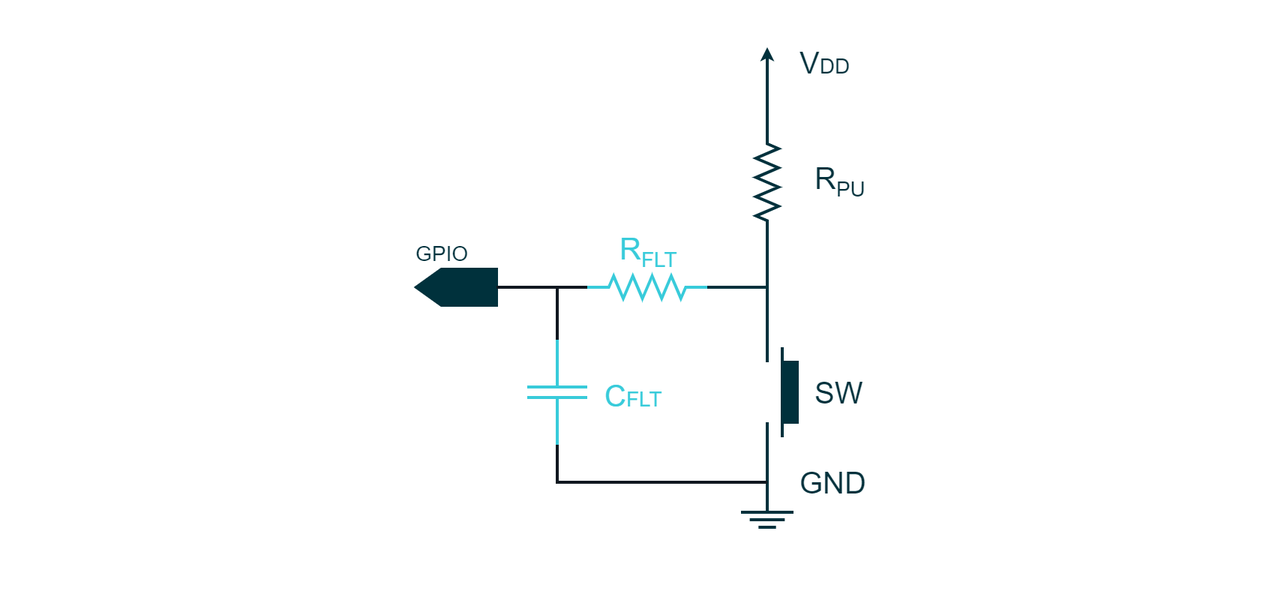
PLAY-Embedded/pe_assets keeps this draw.io diagram as draw.io/PE Articles/Examples and exercises/Mastering push buttons with ChibiOS PAL/Push-button debouncing circuit (PE).png. Above is the earlier version. Source tidied: cells renumbered, new cells last; positions are measured from the earlier drawing's top-left corner, leaving out a move shared by most shapes.
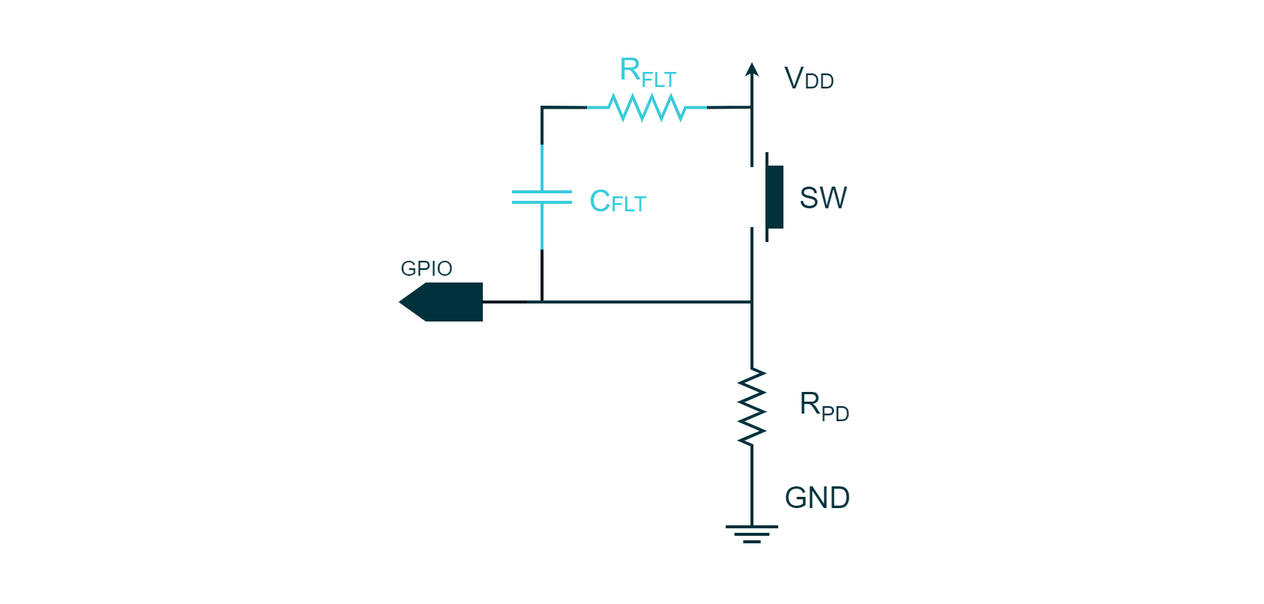
The same diagram one commit later.

Commit message:
Additional images for the article Mastering push buttons with ChibiOS PAL

What changed in the source:
```diff
@@ -2,53 +2,9 @@
   <root>
     <mxCell id="0" />
     <mxCell id="1" parent="0" />
-    <mxCell id="2" style="verticalLabelPosition=bottom;shadow=0;dashed=0;align=center;fillColor=#00313C;html=1;verticalAlign=top;strokeWidth=2;shape=mxgraph.electrical.resistors.resistor_2;fontSize=16;fontColor=#FFFFFF;strokeColor=#00313C;rotation=90;fontFamily=Arial;" parent="1" vertex="1">
-      <mxGeometry x="470" y="112.5" width="80" height="15" as="geometry" />
-    </mxCell>
-    <mxCell id="3" style="endArrow=none;html=1;strokeColor=#00313C;strokeWidth=2;fontSize=5;fontColor=#101820;endFill=0;endSize=4;startArrow=none;startFill=0;startSize=4;fontFamily=Arial;rounded=0;fillColor=#00313C;" parent="1" edge="1">
-      <mxGeometry relative="1" as="geometry">
-        <mxPoint x="510" y="280" as="sourcePoint" />
-        <mxPoint x="520" y="340" as="targetPoint" />
-        <Array as="points">
-          <mxPoint x="510" y="340" />
-        </Array>
-      </mxGeometry>
-    </mxCell>
     <mxCell id="4" value="&lt;div style=&quot;text-align: center; font-size: 14px;&quot;&gt;&lt;font color=&quot;#00313c&quot; style=&quot;font-size: 14px;&quot;&gt;GPIO&lt;/font&gt;&lt;/div&gt;" style="rounded=0;whiteSpace=wrap;html=1;strokeColor=none;strokeWidth=2;fillColor=none;fontColor=#4DB182;align=left;fontSize=14;fontFamily=Arial;" parent="1" vertex="1">
       <mxGeometry x="274" y="160" width="44" height="16.8" as="geometry" />
     </mxCell>
-    <mxCell id="5" style="endArrow=none;html=1;rounded=0;strokeColor=#00313C;strokeWidth=2;fontFamily=Arial;fontSize=20;fontColor=#101820;fillColor=#00313C;" parent="1" edge="1">
-      <mxGeometry relative="1" as="geometry">
-        <mxPoint x="510" y="240" as="sourcePoint" />
-        <mxPoint x="470" y="190" as="targetPoint" />
-        <Array as="points">
-          <mxPoint x="510" y="190" />
-        </Array>
-      </mxGeometry>
-    </mxCell>
-    <mxCell id="6" style="rounded=0;whiteSpace=wrap;html=1;strokeColor=#00313C;strokeWidth=2;fontFamily=Arial;fontSize=20;fontColor=#FFFFFF;fillColor=#00313C;" parent="1" vertex="1">
-      <mxGeometry x="520" y="240" width="10" height="40" as="geometry" />
-    </mxCell>
-    <mxCell id="7" style="endArrow=none;html=1;rounded=0;strokeColor=#00313C;strokeWidth=2;fontFamily=Arial;fontSize=20;fontColor=#101820;fillColor=#00313C;" parent="1" edge="1">
-      <mxGeometry relative="1" as="geometry">
-        <mxPoint x="470" y="190" as="sourcePoint" />
-        <mxPoint x="510" y="160" as="targetPoint" />
-        <Array as="points">
-          <mxPoint x="510" y="190" />
-        </Array>
-      </mxGeometry>
-    </mxCell>
-    <mxCell id="8" style="endArrow=none;html=1;rounded=0;strokeColor=#00313C;strokeWidth=2;fontFamily=Arial;fontSize=20;fontColor=#101820;fillColor=#00313C;entryX=0;entryY=0.5;entryDx=0;entryDy=0;entryPerimeter=0;endFill=0;startArrow=classic;startFill=1;endSize=3;startSize=3;" parent="1" edge="1" target="2">
-      <mxGeometry relative="1" as="geometry">
-        <mxPoint x="510" y="30" as="sourcePoint" />
-      </mxGeometry>
-    </mxCell>
-    <mxCell id="9" value="R&lt;sub&gt;&lt;font style=&quot;font-size: 14px;&quot;&gt;PU&lt;/font&gt;&lt;/sub&gt;" style="rounded=0;whiteSpace=wrap;html=1;strokeColor=none;strokeWidth=2;fontFamily=Arial;fontSize=20;fontColor=#00313C;fillColor=none;align=left;" parent="1" vertex="1">
-      <mxGeometry x="540" y="110" width="30" height="20" as="geometry" />
-    </mxCell>
-    <mxCell id="10" value="GND" style="rounded=0;whiteSpace=wrap;html=1;strokeColor=none;strokeWidth=2;fontFamily=Arial;fontSize=20;fontColor=#00313C;fillColor=none;align=left;" parent="1" vertex="1">
-      <mxGeometry x="530" y="310" width="50" height="20" as="geometry" />
-    </mxCell>
     <mxCell id="11" style="group;" parent="1" vertex="1">
       <mxGeometry x="492.5" y="340" width="35" height="10" as="geometry" />
     </mxCell>
@@ -73,54 +29,97 @@
     <mxCell id="15" value="&lt;div style=&quot;text-align: left&quot;&gt;&lt;br&gt;&lt;/div&gt;" style="shape=offPageConnector;whiteSpace=wrap;html=1;rotation=90;strokeWidth=2;strokeColor=#00313C;size=0.3130841121495327;fontColor=#FFFFFF;align=left;comic=0;fillColor=#00313C;rounded=0;fontFamily=Arial;" parent="1" vertex="1">
       <mxGeometry x="290.8" y="163.2" width="24" height="53.5" as="geometry" />
     </mxCell>
-    <mxCell id="16" value="V&lt;font style=&quot;font-size: 14px;&quot;&gt;DD&lt;/font&gt;" style="rounded=0;whiteSpace=wrap;html=1;strokeColor=none;strokeWidth=2;fontFamily=Arial;fontSize=20;fontColor=#00313C;fillColor=none;align=left;" parent="1" vertex="1">
-      <mxGeometry x="530" y="30" width="50" height="20" as="geometry" />
-    </mxCell>
-    <mxCell id="17" value="SW" style="rounded=0;whiteSpace=wrap;html=1;strokeColor=none;strokeWidth=2;fontFamily=Arial;fontSize=20;fontColor=#00313C;fillColor=none;align=left;" parent="1" vertex="1">
-      <mxGeometry x="540" y="250" width="40" height="20" as="geometry" />
-    </mxCell>
-    <mxCell id="18" style="endArrow=none;html=1;rounded=0;strokeColor=#00313C;strokeWidth=2;fontFamily=Arial;fontSize=20;fontColor=#101820;fillColor=#00313C;" parent="1" edge="1">
-      <mxGeometry relative="1" as="geometry">
-        <mxPoint x="520" y="290" as="sourcePoint" />
-        <mxPoint x="520" y="230" as="targetPoint" />
-      </mxGeometry>
-    </mxCell>
     <mxCell id="19" style="verticalLabelPosition=bottom;shadow=0;dashed=0;align=center;fillColor=#38CBDA;html=1;verticalAlign=top;strokeWidth=2;shape=mxgraph.electrical.resistors.resistor_2;fontSize=16;fontColor=#FFFFFF;strokeColor=#38CBDA;rotation=-180;fontFamily=Arial;" parent="1" vertex="1">
-      <mxGeometry x="390" y="182.5" width="80" height="15" as="geometry" />
+      <mxGeometry x="400" y="52.8" width="80" height="15" as="geometry" />
     </mxCell>
     <mxCell id="20" style="verticalLabelPosition=bottom;shadow=0;dashed=0;align=center;html=1;verticalAlign=top;shape=mxgraph.electrical.capacitors.capacitor_1;strokeColor=#38CBDA;strokeWidth=2;fontFamily=Arial;fontSize=20;fontColor=#FFFFFF;fillColor=#38CBDA;rotation=90;" parent="1" vertex="1">
-      <mxGeometry x="335" y="240" width="70" height="40" as="geometry" />
+      <mxGeometry x="335" y="100" width="70" height="40" as="geometry" />
     </mxCell>
-    <mxCell id="21" style="endArrow=none;html=1;rounded=0;strokeColor=#101820;strokeWidth=2;fontFamily=Arial;fontSize=20;fontColor=#101820;fillColor=none;entryX=1;entryY=0.5;entryDx=0;entryDy=0;entryPerimeter=0;exitX=0;exitY=0.5;exitDx=0;exitDy=0;exitPerimeter=0;" parent="1" edge="1" source="20" target="19">
-      <mxGeometry relative="1" as="geometry">
-        <Array as="points">
-          <mxPoint x="370" y="190" />
-        </Array>
-      </mxGeometry>
-    </mxCell>
-    <mxCell id="22" style="endArrow=none;html=1;rounded=0;strokeColor=#101820;strokeWidth=2;fontFamily=Arial;fontSize=20;fontColor=#101820;fillColor=none;entryX=0.5;entryY=0;entryDx=0;entryDy=0;exitX=0;exitY=0.5;exitDx=0;exitDy=0;exitPerimeter=0;" parent="1" edge="1" source="20" target="15">
+    <mxCell id="22" style="endArrow=none;html=1;rounded=0;strokeColor=#101820;strokeWidth=2;fontFamily=Arial;fontSize=20;fontColor=#101820;fillColor=none;entryX=0.5;entryY=0;entryDx=0;entryDy=0;exitX=1;exitY=0.5;exitDx=0;exitDy=0;exitPerimeter=0;" parent="1" edge="1" source="20" target="15">
       <mxGeometry relative="1" as="geometry">
         <Array as="points">
           <mxPoint x="370" y="190" />
         </Array>
       </mxGeometry>
     </mxCell>
-    <mxCell id="23" style="endArrow=none;html=1;rounded=0;strokeColor=#101820;strokeWidth=2;fontFamily=Arial;fontSize=20;fontColor=#101820;fillColor=none;entryX=1;entryY=0.5;entryDx=0;entryDy=0;entryPerimeter=0;" parent="1" edge="1" target="20">
-      <mxGeometry relative="1" as="geometry">
-        <mxPoint x="510" y="320" as="sourcePoint" />
-        <Array as="points">
-          <mxPoint x="370" y="320" />
-        </Array>
-      </mxGeometry>
-    </mxCell>
     <mxCell id="24" value="&lt;font color=&quot;#38cbda&quot;&gt;R&lt;sub style=&quot;&quot;&gt;&lt;font style=&quot;font-size: 14px;&quot;&gt;FLT&lt;/font&gt;&lt;/sub&gt;&lt;/font&gt;" style="rounded=0;whiteSpace=wrap;html=1;strokeColor=none;strokeWidth=2;fontFamily=Arial;fontSize=20;fontColor=#00313C;fillColor=none;align=left;" parent="1" vertex="1">
-      <mxGeometry x="410" y="156.8" width="40" height="20" as="geometry" />
+      <mxGeometry x="420" y="27" width="40" height="20" as="geometry" />
     </mxCell>
     <mxCell id="25" value="&lt;sub style=&quot;&quot;&gt;&lt;font color=&quot;#38cbda&quot;&gt;&lt;font style=&quot;font-size: 20px;&quot;&gt;C&lt;/font&gt;&lt;font style=&quot;font-size: 14px;&quot;&gt;FLT&lt;/font&gt;&lt;/font&gt;&lt;/sub&gt;" style="rounded=0;whiteSpace=wrap;html=1;strokeColor=none;strokeWidth=2;fontFamily=Arial;fontSize=20;fontColor=#00313C;fillColor=none;align=left;" parent="1" vertex="1">
-      <mxGeometry x="400" y="250" width="40" height="20" as="geometry" />
+      <mxGeometry x="400" y="110" width="40" height="20" as="geometry" />
     </mxCell>
-    <mxCell id="26" style="rounded=0;whiteSpace=wrap;html=1;strokeColor=none;strokeWidth=2;fontFamily=Arial;fontSize=20;fontColor=#FFFFFF;fillColor=#FFFFFF;opacity=0;" parent="1" vertex="1">
-      <mxGeometry width="840" height="400" as="geometry" />
+    <mxCell id="26" style="rounded=0;whiteSpace=wrap;html=1;strokeColor=none;strokeWidth=2;fontFamily=Arial;fontSize=20;fontColor=#FFFFFF;fillColor=none;opacity=0;" parent="1" vertex="1">
+      <mxGeometry x="10" y="-10" width="840" height="400" as="geometry" />
     </mxCell>
+    <mxCell id="27" style="verticalLabelPosition=bottom;shadow=0;dashed=0;align=center;fillColor=#00313C;html=1;verticalAlign=top;strokeWidth=2;shape=mxgraph.electrical.resistors.resistor_2;fontSize=16;fontColor=#FFFFFF;strokeColor=#00313C;rotation=90;fontFamily=Arial;" parent="1" vertex="1">
+      <mxGeometry x="470" y="252.5" width="80" height="15" as="geometry" />
+    </mxCell>
+    <mxCell id="28" style="endArrow=none;html=1;strokeColor=#00313C;strokeWidth=2;fontSize=5;fontColor=#101820;endFill=0;endSize=4;startArrow=none;startFill=0;startSize=4;fontFamily=Arial;rounded=0;fillColor=#00313C;exitX=1;exitY=0.5;exitDx=0;exitDy=0;exitPerimeter=0;" parent="1" edge="1" source="27">
+      <mxGeometry relative="1" as="geometry">
+        <mxPoint x="520" y="340" as="targetPoint" />
+        <Array as="points">
+          <mxPoint x="510" y="340" />
+        </Array>
+      </mxGeometry>
+    </mxCell>
+    <mxCell id="29" style="endArrow=none;html=1;rounded=0;strokeColor=#00313C;strokeWidth=2;fontFamily=Arial;fontSize=20;fontColor=#101820;fillColor=#00313C;exitX=0;exitY=0.5;exitDx=0;exitDy=0;exitPerimeter=0;" parent="1" edge="1" source="27">
+      <mxGeometry relative="1" as="geometry">
+        <mxPoint x="470" y="190" as="targetPoint" />
+        <Array as="points">
+          <mxPoint x="510" y="190" />
+        </Array>
+      </mxGeometry>
+    </mxCell>
+    <mxCell id="30" style="rounded=0;whiteSpace=wrap;html=1;strokeColor=#00313C;strokeWidth=2;fontFamily=Arial;fontSize=20;fontColor=#FFFFFF;fillColor=#00313C;" parent="1" vertex="1">
+      <mxGeometry x="520" y="100" width="10" height="40" as="geometry" />
+    </mxCell>
+    <mxCell id="31" style="endArrow=none;html=1;rounded=0;strokeColor=#00313C;strokeWidth=2;fontFamily=Arial;fontSize=20;fontColor=#101820;fillColor=#00313C;" parent="1" edge="1">
+      <mxGeometry relative="1" as="geometry">
+        <mxPoint x="360" y="190" as="sourcePoint" />
+        <mxPoint x="510" y="140" as="targetPoint" />
+        <Array as="points">
+          <mxPoint x="510" y="190" />
+        </Array>
+      </mxGeometry>
+    </mxCell>
+    <mxCell id="32" style="endArrow=none;html=1;rounded=0;strokeColor=#00313C;strokeWidth=2;fontFamily=Arial;fontSize=20;fontColor=#101820;fillColor=#00313C;endFill=0;startArrow=classic;startFill=1;endSize=3;startSize=3;" parent="1" edge="1">
+      <mxGeometry relative="1" as="geometry">
+        <mxPoint x="510" y="30" as="sourcePoint" />
+        <mxPoint x="510" y="100" as="targetPoint" />
+      </mxGeometry>
+    </mxCell>
+    <mxCell id="33" value="R&lt;sub&gt;&lt;font style=&quot;font-size: 14px;&quot;&gt;PD&lt;/font&gt;&lt;/sub&gt;" style="rounded=0;whiteSpace=wrap;html=1;strokeColor=none;strokeWidth=2;fontFamily=Arial;fontSize=20;fontColor=#00313C;fillColor=none;align=left;" parent="1" vertex="1">
+      <mxGeometry x="540" y="250" width="30" height="20" as="geometry" />
+    </mxCell>
+    <mxCell id="10" value="GND" style="rounded=0;whiteSpace=wrap;html=1;strokeColor=none;strokeWidth=2;fontFamily=Arial;fontSize=20;fontColor=#00313C;fillColor=none;align=left;" parent="1" vertex="1">
+      <mxGeometry x="530" y="310" width="50" height="20" as="geometry" />
+    </mxCell>
+    <mxCell id="16" value="V&lt;font style=&quot;font-size: 14px;&quot;&gt;DD&lt;/font&gt;" style="rounded=0;whiteSpace=wrap;html=1;strokeColor=none;strokeWidth=2;fontFamily=Arial;fontSize=20;fontColor=#00313C;fillColor=none;align=left;" parent="1" vertex="1">
+      <mxGeometry x="530" y="30" width="50" height="20" as="geometry" />
+    </mxCell>
+    <mxCell id="17" value="SW" style="rounded=0;whiteSpace=wrap;html=1;strokeColor=none;strokeWidth=2;fontFamily=Arial;fontSize=20;fontColor=#00313C;fillColor=none;align=left;" parent="1" vertex="1">
+      <mxGeometry x="540" y="110" width="40" height="20" as="geometry" />
+    </mxCell>
+    <mxCell id="34" style="endArrow=none;html=1;rounded=0;strokeColor=#00313C;strokeWidth=2;fontFamily=Arial;fontSize=20;fontColor=#101820;fillColor=#00313C;" parent="1" edge="1">
+      <mxGeometry relative="1" as="geometry">
+        <mxPoint x="520" y="150" as="sourcePoint" />
+        <mxPoint x="520" y="90" as="targetPoint" />
+      </mxGeometry>
+    </mxCell>
+    <mxCell id="35" style="endArrow=none;html=1;rounded=0;strokeColor=#00313C;strokeWidth=2;fontFamily=Arial;fontSize=20;fontColor=#101820;fillColor=#00313C;entryX=0;entryY=0.5;entryDx=0;entryDy=0;exitX=1;exitY=0.5;exitDx=0;exitDy=0;exitPerimeter=0;entryPerimeter=0;" parent="1" edge="1" source="19" target="20">
+      <mxGeometry relative="1" as="geometry">
+        <Array as="points">
+          <mxPoint x="370" y="60" />
+        </Array>
+      </mxGeometry>
+    </mxCell>
+    <mxCell id="36" style="endArrow=none;html=1;rounded=0;strokeColor=#00313C;strokeWidth=2;fontFamily=Arial;fontSize=20;fontColor=#101820;fillColor=#00313C;entryX=0;entryY=0.5;entryDx=0;entryDy=0;entryPerimeter=0;" parent="1" edge="1" target="19">
+      <mxGeometry relative="1" as="geometry">
+        <mxPoint x="510" y="50" as="sourcePoint" />
+        <Array as="points">
+          <mxPoint x="510" y="60" />
+        </Array>
+      </mxGeometry>
+    </mxCell>
   </root>
 </mxGraphModel>
```
